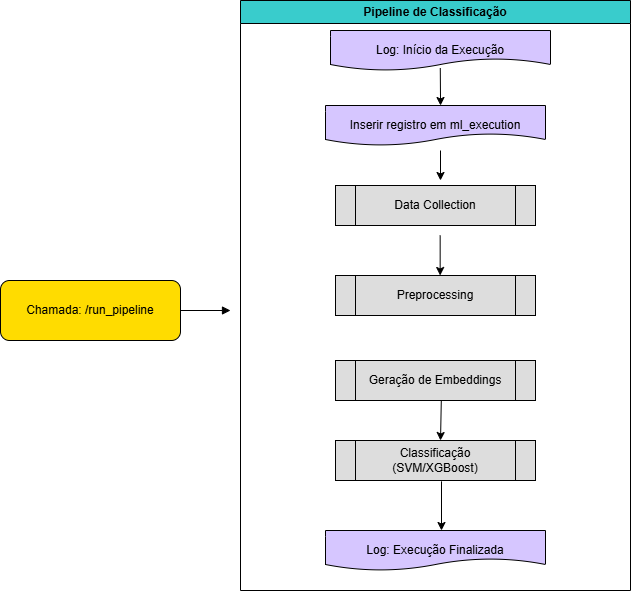
This is documents/diagrama_backend_pipeline.png from victorhtsdev/tech3_fiap_ml_social_pipeline, a draw.io export, as it was before one commit. Source tidied: cells renumbered, new cells last; positions are measured from the earlier drawing's top-left corner, leaving out a move shared by most shapes. The source it was exported from:
```xml
<mxGraphModel>
  <root>
    <mxCell id="0" />
    <mxCell id="1" parent="0" />
    <mxCell id="2" value="Chamada: /run_pipeline" style="rounded=1;fillColor=#FFDC00;whiteSpace=wrap;html=1;" parent="1" vertex="1">
      <mxGeometry y="280" width="180" height="60" as="geometry" />
    </mxCell>
    <mxCell id="3" value="Pipeline de Classificação" style="swimlane;fillColor=#39CCCC;fontStyle=1;whiteSpace=wrap;html=1;" parent="1" vertex="1">
      <mxGeometry x="240" width="390" height="590" as="geometry" />
    </mxCell>
    <mxCell id="4" value="Log: Início da Execução" style="shape=document;whiteSpace=wrap;html=1;fillColor=#D6C6FF;" parent="3" vertex="1">
      <mxGeometry x="90" y="30" width="220" height="40" as="geometry" />
    </mxCell>
    <mxCell id="5" value="Inserir registro em ml_execution" style="shape=document;whiteSpace=wrap;html=1;fillColor=#D6C6FF;" parent="3" vertex="1">
      <mxGeometry x="85" y="105" width="220" height="40" as="geometry" />
    </mxCell>
    <mxCell id="6" value="Data Collection" style="shape=process;whiteSpace=wrap;html=1;fillColor=#DDDDDD;" parent="3" vertex="1">
      <mxGeometry x="95" y="185" width="200" height="40" as="geometry" />
    </mxCell>
    <mxCell id="7" value="Preprocessing" style="shape=process;whiteSpace=wrap;html=1;fillColor=#DDDDDD;" parent="3" vertex="1">
      <mxGeometry x="95" y="275" width="200" height="40" as="geometry" />
    </mxCell>
    <mxCell id="8" value="Geração de Embeddings" style="shape=process;whiteSpace=wrap;html=1;fillColor=#DDDDDD;" parent="3" vertex="1">
      <mxGeometry x="95" y="360" width="200" height="40" as="geometry" />
    </mxCell>
    <mxCell id="9" value="Classificação (SVM/XGBoost)" style="shape=process;whiteSpace=wrap;html=1;fillColor=#DDDDDD;" parent="3" vertex="1">
      <mxGeometry x="95" y="440" width="200" height="40" as="geometry" />
    </mxCell>
    <mxCell id="10" value="Log: Execução Finalizada" style="shape=document;whiteSpace=wrap;html=1;fillColor=#D6C6FF;" parent="3" vertex="1">
      <mxGeometry x="85" y="530" width="220" height="40" as="geometry" />
    </mxCell>
    <mxCell id="11" style="endArrow=classic;html=1;rounded=0;exitX=0.499;exitY=0.943;exitDx=0;exitDy=0;exitPerimeter=0;entryX=0.523;entryY=0;entryDx=0;entryDy=0;entryPerimeter=0;" parent="3" edge="1" source="4" target="5">
      <mxGeometry relative="1" as="geometry" />
    </mxCell>
    <mxCell id="12" style="endArrow=classic;html=1;rounded=0;" parent="3" edge="1">
      <mxGeometry relative="1" as="geometry">
        <mxPoint x="199.7" y="235" as="sourcePoint" />
        <mxPoint x="199.7" y="275" as="targetPoint" />
      </mxGeometry>
    </mxCell>
    <mxCell id="13" style="endArrow=classic;html=1;rounded=0;exitX=0.529;exitY=1.015;exitDx=0;exitDy=0;exitPerimeter=0;" parent="3" edge="1" source="8">
      <mxGeometry relative="1" as="geometry">
        <mxPoint x="200" y="440" as="targetPoint" />
      </mxGeometry>
    </mxCell>
    <mxCell id="14" style="endArrow=classic;html=1;rounded=0;exitX=0.53;exitY=1.021;exitDx=0;exitDy=0;exitPerimeter=0;" parent="3" edge="1" source="9">
      <mxGeometry relative="1" as="geometry">
        <mxPoint x="201" y="530" as="targetPoint" />
      </mxGeometry>
    </mxCell>
    <mxCell id="15" style="endArrow=block;html=1;" parent="1" edge="1" source="2">
      <mxGeometry relative="1" as="geometry">
        <mxPoint x="230" y="310" as="targetPoint" />
      </mxGeometry>
    </mxCell>
    <mxCell id="16" style="endArrow=classic;html=1;rounded=0;" parent="1" edge="1">
      <mxGeometry relative="1" as="geometry">
        <mxPoint x="440" y="150" as="sourcePoint" />
        <mxPoint x="440" y="180" as="targetPoint" />
      </mxGeometry>
    </mxCell>
  </root>
</mxGraphModel>
```
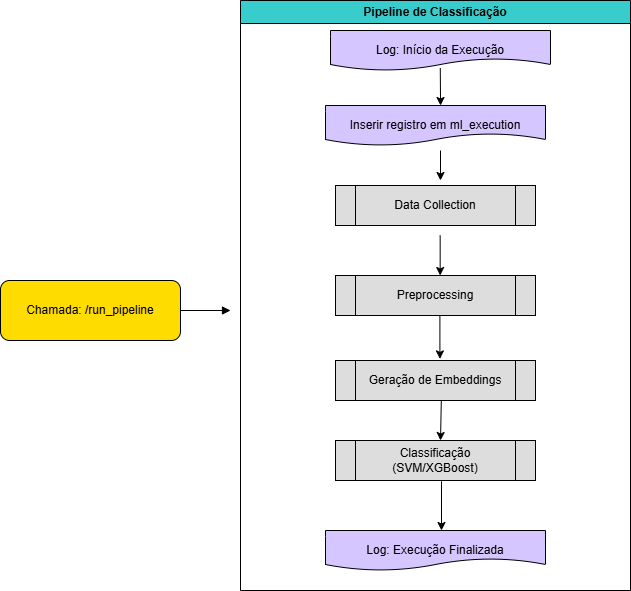
Later version of the same file.

Diff of the diagram source:
```diff
@@ -48,6 +48,9 @@
         <mxPoint x="201" y="530" as="targetPoint" />
       </mxGeometry>
     </mxCell>
+    <mxCell id="17" style="endArrow=classic;html=1;rounded=0;exitX=0.522;exitY=1.011;exitDx=0;exitDy=0;entryX=0.522;entryY=-0.04;entryDx=0;entryDy=0;exitPerimeter=0;entryPerimeter=0;" parent="3" edge="1" source="7" target="8">
+      <mxGeometry relative="1" as="geometry" />
+    </mxCell>
     <mxCell id="15" style="endArrow=block;html=1;" parent="1" edge="1" source="2">
       <mxGeometry relative="1" as="geometry">
         <mxPoint x="230" y="310" as="targetPoint" />
```
